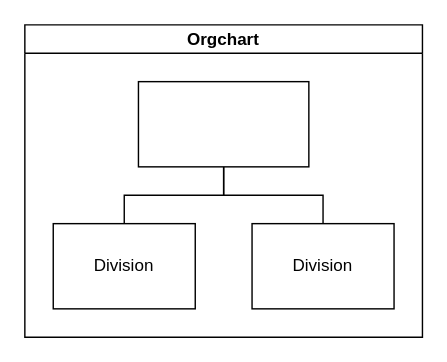
nikhildarji123/final-year-project- keeps this draw.io diagram as Untitled Diagram.drawio. Above is the earlier version. Source tidied: cells renumbered, new cells numbered last; positions are measured from the earlier drawing's top-left corner, leaving out a move shared by most shapes. Both pictures are drawn from the tidied source at 142%, with x=0, y=0 at pixel (24, 24).
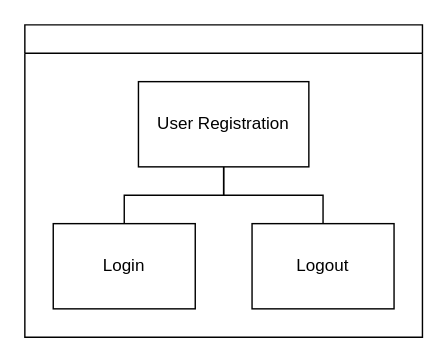
The same page after the edit.

Diff of the diagram source:
```diff
@@
 <mxGraphModel>
   <root>
     <mxCell id="0" />
     <mxCell id="1" parent="0" />
-    <mxCell id="2" value="Orgchart" style="swimlane;startSize=20;horizontal=1;containerType=tree;newEdgeStyle={&quot;edgeStyle&quot;:&quot;elbowEdgeStyle&quot;,&quot;startArrow&quot;:&quot;none&quot;,&quot;endArrow&quot;:&quot;none&quot;};" parent="1" vertex="1">
+    <mxCell id="2" style="swimlane;startSize=20;horizontal=1;containerType=tree;newEdgeStyle={&quot;edgeStyle&quot;:&quot;elbowEdgeStyle&quot;,&quot;startArrow&quot;:&quot;none&quot;,&quot;endArrow&quot;:&quot;none&quot;};" parent="1" vertex="1">
       <mxGeometry width="280" height="220" as="geometry" />
     </mxCell>
     <mxCell id="3" style="edgeStyle=elbowEdgeStyle;elbow=vertical;sourcePerimeterSpacing=0;targetPerimeterSpacing=0;startArrow=none;endArrow=none;rounded=0;curved=0;" parent="2" edge="1" source="5" target="6">
       <mxGeometry relative="1" as="geometry" />
     </mxCell>
     <mxCell id="4" style="edgeStyle=elbowEdgeStyle;elbow=vertical;sourcePerimeterSpacing=0;targetPerimeterSpacing=0;startArrow=none;endArrow=none;rounded=0;curved=0;" parent="2" edge="1" source="5" target="7">
       <mxGeometry relative="1" as="geometry" />
     </mxCell>
-    <mxCell id="5" style="whiteSpace=wrap;html=1;align=center;newEdgeStyle={&quot;edgeStyle&quot;:&quot;elbowEdgeStyle&quot;,&quot;startArrow&quot;:&quot;none&quot;,&quot;endArrow&quot;:&quot;none&quot;};" parent="2" vertex="1">
+    <mxCell id="5" value="User Registration" style="whiteSpace=wrap;html=1;align=center;newEdgeStyle={&quot;edgeStyle&quot;:&quot;elbowEdgeStyle&quot;,&quot;startArrow&quot;:&quot;none&quot;,&quot;endArrow&quot;:&quot;none&quot;};" parent="2" vertex="1">
       <mxGeometry x="80" y="40" width="120" height="60" as="geometry" />
     </mxCell>
-    <mxCell id="6" value="Division" style="whiteSpace=wrap;html=1;align=center;verticalAlign=middle;newEdgeStyle={&quot;edgeStyle&quot;:&quot;elbowEdgeStyle&quot;,&quot;startArrow&quot;:&quot;none&quot;,&quot;endArrow&quot;:&quot;none&quot;};" parent="2" vertex="1">
+    <mxCell id="6" value="Login" style="whiteSpace=wrap;html=1;align=center;verticalAlign=middle;newEdgeStyle={&quot;edgeStyle&quot;:&quot;elbowEdgeStyle&quot;,&quot;startArrow&quot;:&quot;none&quot;,&quot;endArrow&quot;:&quot;none&quot;};" parent="2" vertex="1">
       <mxGeometry x="20" y="140" width="100" height="60" as="geometry" />
     </mxCell>
-    <mxCell id="7" value="Division" style="whiteSpace=wrap;html=1;align=center;verticalAlign=middle;newEdgeStyle={&quot;edgeStyle&quot;:&quot;elbowEdgeStyle&quot;,&quot;startArrow&quot;:&quot;none&quot;,&quot;endArrow&quot;:&quot;none&quot;};" parent="2" vertex="1">
+    <mxCell id="7" value="Logout" style="whiteSpace=wrap;html=1;align=center;verticalAlign=middle;newEdgeStyle={&quot;edgeStyle&quot;:&quot;elbowEdgeStyle&quot;,&quot;startArrow&quot;:&quot;none&quot;,&quot;endArrow&quot;:&quot;none&quot;};" parent="2" vertex="1">
       <mxGeometry x="160" y="140" width="100" height="60" as="geometry" />
     </mxCell>
   </root>
 </mxGraphModel>
```
